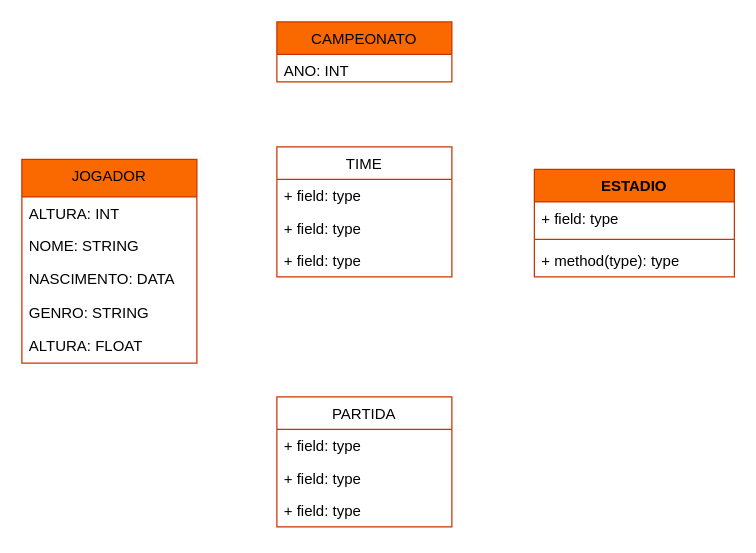
Earlier version of the draw.io diagram Diagrama sem nome.drawio (ALSANhub/Diagrams). Source tidied: cells renumbered, new cells numbered last; positions are measured from the earlier drawing's top-left corner, leaving out a move shared by most shapes. Both pictures are drawn from the tidied source at 125%, with x=0, y=0 at pixel (21, 21).
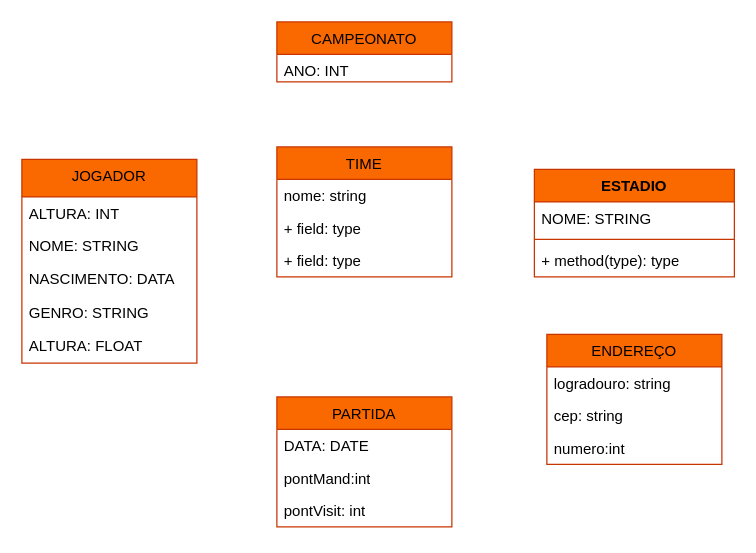
The same page after the edit.

The change refers to these unchanged cells:
```xml
<mxCell id="18" value="ESTADIO" style="swimlane;fontStyle=1;align=center;verticalAlign=top;horizontal=1;startSize=26;whiteSpace=wrap;html=1;rounded=0;shadow=0;strokeColor=#C73500;strokeWidth=1;fontFamily=Helvetica;fontSize=12;fontColor=#000000;fillColor=#fa6800;" parent="1" vertex="1">
  <mxGeometry x="410" y="118" width="160" height="86" as="geometry" />
</mxCell>
```

The edit, as a diff of the source:
```diff
@@
-    <mxCell id="10" value="TIME" style="swimlane;fontStyle=0;horizontal=1;startSize=26;fillColor=none;whiteSpace=wrap;html=1;rounded=0;shadow=0;strokeColor=#C73500;strokeWidth=1;align=center;verticalAlign=top;fontFamily=Helvetica;fontSize=12;fontColor=#000000;" parent="1" vertex="1">
+    <mxCell id="10" value="TIME" style="swimlane;fontStyle=0;horizontal=1;startSize=26;fillColor=#fa6800;whiteSpace=wrap;html=1;rounded=0;shadow=0;strokeColor=#C73500;strokeWidth=1;align=center;verticalAlign=top;fontFamily=Helvetica;fontSize=12;fontColor=#000000;" parent="1" vertex="1">
       <mxGeometry x="204" y="100" width="140" height="104" as="geometry" />
     </mxCell>
-    <mxCell id="11" value="+ field: type" style="text;strokeColor=none;fillColor=none;align=left;verticalAlign=top;spacingLeft=4;spacingRight=4;overflow=hidden;whiteSpace=wrap;html=1;fontSize=12;fontFamily=Helvetica;fontColor=#000000;" parent="10" vertex="1">
+    <mxCell id="11" value="nome: string" style="text;strokeColor=none;fillColor=none;align=left;verticalAlign=top;spacingLeft=4;spacingRight=4;overflow=hidden;whiteSpace=wrap;html=1;fontSize=12;fontFamily=Helvetica;fontColor=#000000;" parent="10" vertex="1">
       <mxGeometry y="26" width="140" height="26" as="geometry" />
     </mxCell>
@@
-    <mxCell id="14" value="PARTIDA" style="swimlane;fontStyle=0;horizontal=1;startSize=26;fillColor=none;whiteSpace=wrap;html=1;rounded=0;shadow=0;strokeColor=#C73500;strokeWidth=1;align=center;verticalAlign=top;fontFamily=Helvetica;fontSize=12;fontColor=#000000;" parent="1" vertex="1">
+    <mxCell id="14" value="PARTIDA" style="swimlane;fontStyle=0;horizontal=1;startSize=26;fillColor=#fa6800;whiteSpace=wrap;html=1;rounded=0;shadow=0;strokeColor=#C73500;strokeWidth=1;align=center;verticalAlign=top;fontFamily=Helvetica;fontSize=12;fontColor=#000000;" parent="1" vertex="1">
       <mxGeometry x="204" y="300" width="140" height="104" as="geometry" />
     </mxCell>
-    <mxCell id="15" value="+ field: type" style="text;strokeColor=none;fillColor=none;align=left;verticalAlign=top;spacingLeft=4;spacingRight=4;overflow=hidden;whiteSpace=wrap;html=1;fontSize=12;fontFamily=Helvetica;fontColor=#000000;" parent="14" vertex="1">
+    <mxCell id="15" value="DATA: DATE" style="text;strokeColor=none;fillColor=none;align=left;verticalAlign=top;spacingLeft=4;spacingRight=4;overflow=hidden;whiteSpace=wrap;html=1;fontSize=12;fontFamily=Helvetica;fontColor=#000000;" parent="14" vertex="1">
       <mxGeometry y="26" width="140" height="26" as="geometry" />
     </mxCell>
-    <mxCell id="16" value="+ field: type" style="text;strokeColor=none;fillColor=none;align=left;verticalAlign=top;spacingLeft=4;spacingRight=4;overflow=hidden;whiteSpace=wrap;html=1;fontSize=12;fontFamily=Helvetica;fontColor=#000000;" parent="14" vertex="1">
+    <mxCell id="16" value="pontMand:int" style="text;strokeColor=none;fillColor=none;align=left;verticalAlign=top;spacingLeft=4;spacingRight=4;overflow=hidden;whiteSpace=wrap;html=1;fontSize=12;fontFamily=Helvetica;fontColor=#000000;" parent="14" vertex="1">
       <mxGeometry y="52" width="140" height="26" as="geometry" />
     </mxCell>
-    <mxCell id="17" value="+ field: type" style="text;strokeColor=none;fillColor=none;align=left;verticalAlign=top;spacingLeft=4;spacingRight=4;overflow=hidden;whiteSpace=wrap;html=1;fontSize=12;fontFamily=Helvetica;fontColor=#000000;" parent="14" vertex="1">
+    <mxCell id="17" value="pontVisit: int" style="text;strokeColor=none;fillColor=none;align=left;verticalAlign=top;spacingLeft=4;spacingRight=4;overflow=hidden;whiteSpace=wrap;html=1;fontSize=12;fontFamily=Helvetica;fontColor=#000000;" parent="14" vertex="1">
       <mxGeometry y="78" width="140" height="26" as="geometry" />
     </mxCell>
@@
-    <mxCell id="19" value="+ field: type" style="text;strokeColor=none;fillColor=none;align=left;verticalAlign=top;spacingLeft=4;spacingRight=4;overflow=hidden;whiteSpace=wrap;html=1;fontSize=12;fontFamily=Helvetica;fontColor=#000000;" parent="18" vertex="1">
+    <mxCell id="19" value="NOME: STRING" style="text;strokeColor=none;fillColor=none;align=left;verticalAlign=top;spacingLeft=4;spacingRight=4;overflow=hidden;whiteSpace=wrap;html=1;fontSize=12;fontFamily=Helvetica;fontColor=#000000;" parent="18" vertex="1">
       <mxGeometry y="26" width="160" height="26" as="geometry" />
     </mxCell>
@@
+    <mxCell id="22" value="ENDEREÇO" style="swimlane;fontStyle=0;horizontal=1;startSize=26;fillColor=#fa6800;whiteSpace=wrap;html=1;rounded=0;shadow=0;strokeColor=#C73500;strokeWidth=1;align=center;verticalAlign=top;fontFamily=Helvetica;fontSize=12;fontColor=#000000;" parent="1" vertex="1">
+      <mxGeometry x="420" y="250" width="140" height="104" as="geometry" />
+    </mxCell>
+    <mxCell id="23" value="logradouro: string&lt;br&gt;" style="text;strokeColor=none;fillColor=none;align=left;verticalAlign=top;spacingLeft=4;spacingRight=4;overflow=hidden;whiteSpace=wrap;html=1;fontSize=12;fontFamily=Helvetica;fontColor=#000000;" parent="22" vertex="1">
+      <mxGeometry y="26" width="140" height="26" as="geometry" />
+    </mxCell>
+    <mxCell id="24" value="cep: string" style="text;strokeColor=none;fillColor=none;align=left;verticalAlign=top;spacingLeft=4;spacingRight=4;overflow=hidden;whiteSpace=wrap;html=1;fontSize=12;fontFamily=Helvetica;fontColor=#000000;" parent="22" vertex="1">
+      <mxGeometry y="52" width="140" height="26" as="geometry" />
+    </mxCell>
+    <mxCell id="25" value="numero:int" style="text;strokeColor=none;fillColor=none;align=left;verticalAlign=top;spacingLeft=4;spacingRight=4;overflow=hidden;whiteSpace=wrap;html=1;fontSize=12;fontFamily=Helvetica;fontColor=#000000;" parent="22" vertex="1">
+      <mxGeometry y="78" width="140" height="26" as="geometry" />
+    </mxCell>
```
